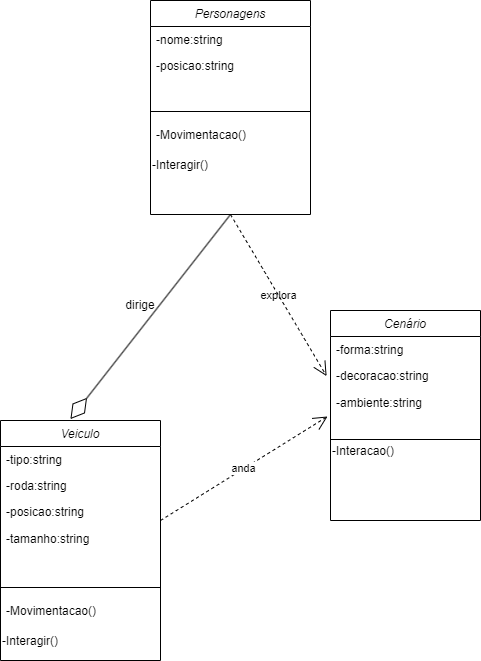
Earlier version of the draw.io export diagramas/diagrama musical.drawio.png (lucasnoelgb/2jdprojetomusica). Source tidied: cells renumbered, new cells last; positions are measured from the earlier drawing's top-left corner, leaving out a move shared by most shapes. The source it was exported from:
```xml
<mxGraphModel>
  <root>
    <mxCell id="0" />
    <mxCell id="1" parent="0" />
    <mxCell id="2" value="Personagens&#10;" style="swimlane;fontStyle=2;align=center;verticalAlign=top;horizontal=1;startSize=26;rounded=0;shadow=0;strokeWidth=1;labelBackgroundColor=none;" parent="1" vertex="1">
      <mxGeometry x="150" width="160" height="214" as="geometry" />
    </mxCell>
    <mxCell id="3" value="-nome:string&#10;" style="text;align=left;verticalAlign=top;spacingLeft=4;spacingRight=4;overflow=hidden;labelBackgroundColor=none;" parent="2" vertex="1">
      <mxGeometry y="26" width="160" height="26" as="geometry" />
    </mxCell>
    <mxCell id="4" value="-posicao:string" style="text;align=left;verticalAlign=top;spacingLeft=4;spacingRight=4;overflow=hidden;rounded=0;shadow=0;html=0;labelBackgroundColor=none;" parent="2" vertex="1">
      <mxGeometry y="52" width="160" height="26" as="geometry" />
    </mxCell>
    <mxCell id="5" style="line;html=1;strokeWidth=1;align=left;verticalAlign=middle;spacingTop=-1;spacingLeft=3;spacingRight=3;labelPosition=right;labelBackgroundColor=none;" parent="2" vertex="1">
      <mxGeometry y="78" width="160" height="66" as="geometry" />
    </mxCell>
    <mxCell id="6" value="-Movimentacao()" style="text;align=left;verticalAlign=bottom;spacingLeft=4;spacingRight=4;overflow=hidden;labelPosition=center;verticalLabelPosition=top;labelBackgroundColor=none;" parent="2" vertex="1">
      <mxGeometry y="144" width="160" height="30" as="geometry" />
    </mxCell>
    <mxCell id="7" value="-Interagir()" style="text;html=1;strokeColor=none;fillColor=none;align=left;verticalAlign=bottom;whiteSpace=wrap;rounded=0;labelPosition=center;verticalLabelPosition=top;labelBackgroundColor=none;" parent="2" vertex="1">
      <mxGeometry y="174" width="160" height="30" as="geometry" />
    </mxCell>
    <mxCell id="8" value="Cenário" style="swimlane;fontStyle=2;align=center;verticalAlign=top;horizontal=1;startSize=26;rounded=0;shadow=0;strokeWidth=1;labelBackgroundColor=none;" parent="1" vertex="1">
      <mxGeometry x="330" y="310" width="150" height="210" as="geometry" />
    </mxCell>
    <mxCell id="9" value="-forma:string" style="text;align=left;verticalAlign=top;spacingLeft=4;spacingRight=4;overflow=hidden;labelBackgroundColor=none;" parent="8" vertex="1">
      <mxGeometry y="26" width="150" height="26" as="geometry" />
    </mxCell>
    <mxCell id="10" value="-decoracao:string " style="text;align=left;verticalAlign=top;spacingLeft=4;spacingRight=4;overflow=hidden;points=[[0,0.5],[1,0.5]];portConstraint=eastwest;rounded=0;shadow=0;html=0;labelBackgroundColor=none;" parent="8" vertex="1">
      <mxGeometry y="52" width="150" height="26" as="geometry" />
    </mxCell>
    <mxCell id="11" value="-ambiente:string" style="text;html=1;align=left;verticalAlign=middle;points=[];strokeColor=none;fillColor=none;spacingLeft=4;labelBackgroundColor=none;" parent="8" vertex="1">
      <mxGeometry y="78" width="150" height="30" as="geometry" />
    </mxCell>
    <mxCell id="12" style="edgeStyle=orthogonalEdgeStyle;rounded=0;orthogonalLoop=1;jettySize=auto;html=1;exitX=0.5;exitY=1;exitDx=0;exitDy=0;labelBackgroundColor=none;fontColor=default;" parent="8" edge="1" source="14" target="14">
      <mxGeometry relative="1" as="geometry" />
    </mxCell>
    <mxCell id="13" style="line;html=1;strokeWidth=1;align=left;verticalAlign=middle;spacingTop=-1;spacingLeft=3;spacingRight=3;labelPosition=right;labelBackgroundColor=none;" parent="8" vertex="1">
      <mxGeometry y="108" width="150" height="42" as="geometry" />
    </mxCell>
    <mxCell id="14" value="-Interacao()" style="text;html=1;strokeColor=none;fillColor=none;align=left;verticalAlign=bottom;whiteSpace=wrap;rounded=0;horizontal=1;labelPosition=center;verticalLabelPosition=top;labelBackgroundColor=none;" parent="8" vertex="1">
      <mxGeometry y="150" width="150" height="30" as="geometry" />
    </mxCell>
    <mxCell id="15" value="Veiculo" style="swimlane;fontStyle=2;align=center;verticalAlign=top;horizontal=1;startSize=26;rounded=0;shadow=0;strokeWidth=1;labelBackgroundColor=none;" parent="1" vertex="1">
      <mxGeometry y="420" width="160" height="240" as="geometry" />
    </mxCell>
    <mxCell id="16" value="-tipo:string" style="text;align=left;verticalAlign=top;spacingLeft=4;spacingRight=4;overflow=hidden;labelBackgroundColor=none;" parent="15" vertex="1">
      <mxGeometry y="26" width="160" height="26" as="geometry" />
    </mxCell>
    <mxCell id="17" value="-roda:string" style="text;align=left;verticalAlign=top;spacingLeft=4;spacingRight=4;overflow=hidden;rounded=0;shadow=0;html=0;labelBackgroundColor=none;" parent="15" vertex="1">
      <mxGeometry y="52" width="160" height="26" as="geometry" />
    </mxCell>
    <mxCell id="18" value="-posicao:string" style="text;align=left;verticalAlign=top;spacingLeft=4;spacingRight=4;overflow=hidden;rounded=0;shadow=0;html=0;labelBackgroundColor=none;" parent="15" vertex="1">
      <mxGeometry y="78" width="160" height="26" as="geometry" />
    </mxCell>
    <mxCell id="19" value="-tamanho:string" style="text;html=1;align=left;verticalAlign=middle;strokeColor=none;fillColor=none;spacingLeft=4;labelBackgroundColor=none;" parent="15" vertex="1">
      <mxGeometry y="104" width="160" height="30" as="geometry" />
    </mxCell>
    <mxCell id="20" style="line;html=1;strokeWidth=1;align=left;verticalAlign=middle;spacingTop=-1;spacingLeft=3;spacingRight=3;labelPosition=right;labelBackgroundColor=none;" parent="15" vertex="1">
      <mxGeometry y="134" width="160" height="66" as="geometry" />
    </mxCell>
    <mxCell id="21" value="-Movimentacao()" style="text;align=left;verticalAlign=bottom;spacingLeft=4;spacingRight=4;overflow=hidden;labelPosition=center;verticalLabelPosition=top;labelBackgroundColor=none;" parent="15" vertex="1">
      <mxGeometry y="200" width="160" height="30" as="geometry" />
    </mxCell>
    <mxCell id="22" value="-Interagir()" style="text;html=1;strokeColor=none;fillColor=none;align=left;verticalAlign=bottom;whiteSpace=wrap;rounded=0;labelPosition=center;verticalLabelPosition=top;labelBackgroundColor=none;" parent="15" vertex="1">
      <mxGeometry y="230" width="160" height="10" as="geometry" />
    </mxCell>
    <mxCell id="23" value="dirige" style="text;html=1;strokeColor=none;fillColor=none;align=center;verticalAlign=middle;whiteSpace=wrap;rounded=0;labelBackgroundColor=none;" parent="1" vertex="1">
      <mxGeometry x="110" y="290" width="60" height="30" as="geometry" />
    </mxCell>
    <mxCell id="24" value="explora" style="endArrow=open;endSize=12;dashed=1;html=1;rounded=0;entryX=-0.026;entryY=0.524;entryDx=0;entryDy=0;entryPerimeter=0;labelBackgroundColor=none;fontColor=default;exitX=0.5;exitY=1;exitDx=0;exitDy=0;" parent="1" edge="1" source="2" target="10">
      <mxGeometry relative="1" as="geometry" />
    </mxCell>
    <mxCell id="25" style="endArrow=diamondThin;endFill=0;endSize=24;html=1;rounded=0;entryX=0.437;entryY=-0.006;entryDx=0;entryDy=0;entryPerimeter=0;exitX=0.5;exitY=1;exitDx=0;exitDy=0;labelBackgroundColor=none;fontColor=default;" parent="1" edge="1" source="2" target="15">
      <mxGeometry relative="1" as="geometry" />
    </mxCell>
    <mxCell id="26" value="anda&lt;br&gt;" style="endArrow=open;endSize=12;dashed=1;html=1;rounded=0;entryX=-0.02;entryY=0.933;entryDx=0;entryDy=0;entryPerimeter=0;" parent="1" edge="1" target="11">
      <mxGeometry relative="1" as="geometry">
        <mxPoint x="160" y="520" as="sourcePoint" />
      </mxGeometry>
    </mxCell>
  </root>
</mxGraphModel>
```
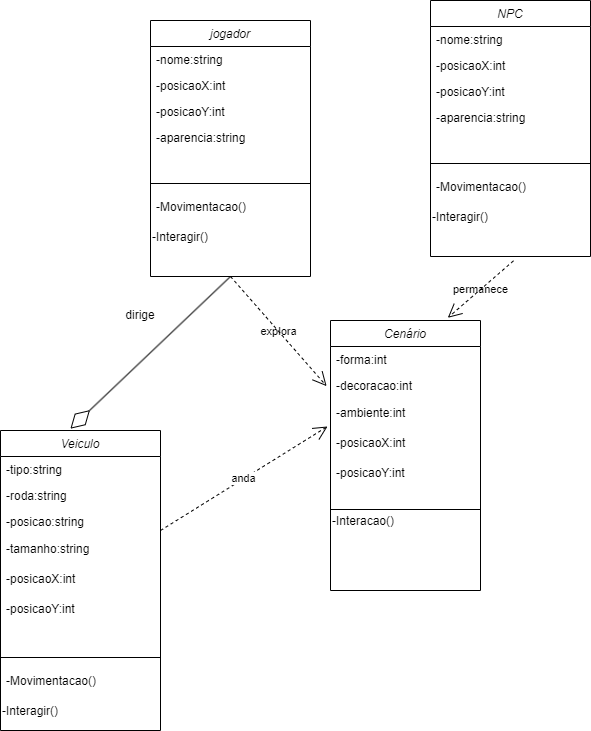
The same file after the commit.

Commit message:
corrigindo erros

Change to the diagram source:
```diff
@@ -2,47 +2,59 @@
   <root>
     <mxCell id="0" />
     <mxCell id="1" parent="0" />
-    <mxCell id="2" value="Personagens&#10;" style="swimlane;fontStyle=2;align=center;verticalAlign=top;horizontal=1;startSize=26;rounded=0;shadow=0;strokeWidth=1;labelBackgroundColor=none;" parent="1" vertex="1">
-      <mxGeometry x="150" width="160" height="214" as="geometry" />
+    <mxCell id="2" value="jogador&#10;" style="swimlane;fontStyle=2;align=center;verticalAlign=top;horizontal=1;startSize=26;rounded=0;shadow=0;strokeWidth=1;labelBackgroundColor=none;" parent="1" vertex="1">
+      <mxGeometry x="150" y="10" width="160" height="256" as="geometry" />
     </mxCell>
     <mxCell id="3" value="-nome:string&#10;" style="text;align=left;verticalAlign=top;spacingLeft=4;spacingRight=4;overflow=hidden;labelBackgroundColor=none;" parent="2" vertex="1">
       <mxGeometry y="26" width="160" height="26" as="geometry" />
     </mxCell>
-    <mxCell id="4" value="-posicao:string" style="text;align=left;verticalAlign=top;spacingLeft=4;spacingRight=4;overflow=hidden;rounded=0;shadow=0;html=0;labelBackgroundColor=none;" parent="2" vertex="1">
+    <mxCell id="4" value="-posicaoX:int&#10;" style="text;align=left;verticalAlign=top;spacingLeft=4;spacingRight=4;overflow=hidden;rounded=0;shadow=0;html=0;labelBackgroundColor=none;" parent="2" vertex="1">
       <mxGeometry y="52" width="160" height="26" as="geometry" />
     </mxCell>
+    <mxCell id="27" value="-posicaoY:int&#10;" style="text;align=left;verticalAlign=top;spacingLeft=4;spacingRight=4;overflow=hidden;rounded=0;shadow=0;html=0;labelBackgroundColor=none;" parent="2" vertex="1">
+      <mxGeometry y="78" width="160" height="26" as="geometry" />
+    </mxCell>
+    <mxCell id="28" value="-aparencia:string&#10;" style="text;align=left;verticalAlign=top;spacingLeft=4;spacingRight=4;overflow=hidden;rounded=0;shadow=0;html=0;labelBackgroundColor=none;" parent="2" vertex="1">
+      <mxGeometry y="104" width="160" height="26" as="geometry" />
+    </mxCell>
     <mxCell id="5" style="line;html=1;strokeWidth=1;align=left;verticalAlign=middle;spacingTop=-1;spacingLeft=3;spacingRight=3;labelPosition=right;labelBackgroundColor=none;" parent="2" vertex="1">
-      <mxGeometry y="78" width="160" height="66" as="geometry" />
+      <mxGeometry y="130" width="160" height="66" as="geometry" />
     </mxCell>
     <mxCell id="6" value="-Movimentacao()" style="text;align=left;verticalAlign=bottom;spacingLeft=4;spacingRight=4;overflow=hidden;labelPosition=center;verticalLabelPosition=top;labelBackgroundColor=none;" parent="2" vertex="1">
-      <mxGeometry y="144" width="160" height="30" as="geometry" />
+      <mxGeometry y="196" width="160" height="30" as="geometry" />
     </mxCell>
     <mxCell id="7" value="-Interagir()" style="text;html=1;strokeColor=none;fillColor=none;align=left;verticalAlign=bottom;whiteSpace=wrap;rounded=0;labelPosition=center;verticalLabelPosition=top;labelBackgroundColor=none;" parent="2" vertex="1">
-      <mxGeometry y="174" width="160" height="30" as="geometry" />
+      <mxGeometry y="226" width="160" height="30" as="geometry" />
     </mxCell>
     <mxCell id="8" value="Cenário" style="swimlane;fontStyle=2;align=center;verticalAlign=top;horizontal=1;startSize=26;rounded=0;shadow=0;strokeWidth=1;labelBackgroundColor=none;" parent="1" vertex="1">
-      <mxGeometry x="330" y="310" width="150" height="210" as="geometry" />
+      <mxGeometry x="330" y="310" width="150" height="270" as="geometry" />
     </mxCell>
-    <mxCell id="9" value="-forma:string" style="text;align=left;verticalAlign=top;spacingLeft=4;spacingRight=4;overflow=hidden;labelBackgroundColor=none;" parent="8" vertex="1">
+    <mxCell id="9" value="-forma:int" style="text;align=left;verticalAlign=top;spacingLeft=4;spacingRight=4;overflow=hidden;labelBackgroundColor=none;" parent="8" vertex="1">
       <mxGeometry y="26" width="150" height="26" as="geometry" />
     </mxCell>
-    <mxCell id="10" value="-decoracao:string " style="text;align=left;verticalAlign=top;spacingLeft=4;spacingRight=4;overflow=hidden;points=[[0,0.5],[1,0.5]];portConstraint=eastwest;rounded=0;shadow=0;html=0;labelBackgroundColor=none;" parent="8" vertex="1">
+    <mxCell id="10" value="-decoracao:int " style="text;align=left;verticalAlign=top;spacingLeft=4;spacingRight=4;overflow=hidden;points=[[0,0.5],[1,0.5]];portConstraint=eastwest;rounded=0;shadow=0;html=0;labelBackgroundColor=none;" parent="8" vertex="1">
       <mxGeometry y="52" width="150" height="26" as="geometry" />
     </mxCell>
-    <mxCell id="11" value="-ambiente:string" style="text;html=1;align=left;verticalAlign=middle;points=[];strokeColor=none;fillColor=none;spacingLeft=4;labelBackgroundColor=none;" parent="8" vertex="1">
+    <mxCell id="11" value="-ambiente:int" style="text;html=1;align=left;verticalAlign=middle;points=[];strokeColor=none;fillColor=none;spacingLeft=4;labelBackgroundColor=none;" parent="8" vertex="1">
       <mxGeometry y="78" width="150" height="30" as="geometry" />
     </mxCell>
     <mxCell id="12" style="edgeStyle=orthogonalEdgeStyle;rounded=0;orthogonalLoop=1;jettySize=auto;html=1;exitX=0.5;exitY=1;exitDx=0;exitDy=0;labelBackgroundColor=none;fontColor=default;" parent="8" edge="1" source="14" target="14">
       <mxGeometry relative="1" as="geometry" />
     </mxCell>
+    <mxCell id="29" value="-posicaoX:int" style="text;html=1;align=left;verticalAlign=middle;strokeColor=none;fillColor=none;spacingLeft=4;labelBackgroundColor=none;" parent="8" vertex="1">
+      <mxGeometry y="108" width="150" height="30" as="geometry" />
+    </mxCell>
+    <mxCell id="30" value="-posicaoY:int" style="text;html=1;align=left;verticalAlign=middle;strokeColor=none;fillColor=none;spacingLeft=4;labelBackgroundColor=none;" parent="8" vertex="1">
+      <mxGeometry y="138" width="150" height="30" as="geometry" />
+    </mxCell>
     <mxCell id="13" style="line;html=1;strokeWidth=1;align=left;verticalAlign=middle;spacingTop=-1;spacingLeft=3;spacingRight=3;labelPosition=right;labelBackgroundColor=none;" parent="8" vertex="1">
-      <mxGeometry y="108" width="150" height="42" as="geometry" />
+      <mxGeometry y="168" width="150" height="42" as="geometry" />
     </mxCell>
     <mxCell id="14" value="-Interacao()" style="text;html=1;strokeColor=none;fillColor=none;align=left;verticalAlign=bottom;whiteSpace=wrap;rounded=0;horizontal=1;labelPosition=center;verticalLabelPosition=top;labelBackgroundColor=none;" parent="8" vertex="1">
-      <mxGeometry y="150" width="150" height="30" as="geometry" />
+      <mxGeometry y="210" width="150" height="30" as="geometry" />
     </mxCell>
     <mxCell id="15" value="Veiculo" style="swimlane;fontStyle=2;align=center;verticalAlign=top;horizontal=1;startSize=26;rounded=0;shadow=0;strokeWidth=1;labelBackgroundColor=none;" parent="1" vertex="1">
-      <mxGeometry y="420" width="160" height="240" as="geometry" />
+      <mxGeometry y="420" width="160" height="300" as="geometry" />
     </mxCell>
     <mxCell id="16" value="-tipo:string" style="text;align=left;verticalAlign=top;spacingLeft=4;spacingRight=4;overflow=hidden;labelBackgroundColor=none;" parent="15" vertex="1">
       <mxGeometry y="26" width="160" height="26" as="geometry" />
@@ -56,14 +68,20 @@
     <mxCell id="19" value="-tamanho:string" style="text;html=1;align=left;verticalAlign=middle;strokeColor=none;fillColor=none;spacingLeft=4;labelBackgroundColor=none;" parent="15" vertex="1">
       <mxGeometry y="104" width="160" height="30" as="geometry" />
     </mxCell>
+    <mxCell id="31" value="-posicaoX:int" style="text;html=1;align=left;verticalAlign=middle;strokeColor=none;fillColor=none;spacingLeft=4;labelBackgroundColor=none;" parent="15" vertex="1">
+      <mxGeometry y="134" width="160" height="30" as="geometry" />
+    </mxCell>
+    <mxCell id="32" value="-posicaoY:int" style="text;html=1;align=left;verticalAlign=middle;strokeColor=none;fillColor=none;spacingLeft=4;labelBackgroundColor=none;" parent="15" vertex="1">
+      <mxGeometry y="164" width="160" height="30" as="geometry" />
+    </mxCell>
     <mxCell id="20" style="line;html=1;strokeWidth=1;align=left;verticalAlign=middle;spacingTop=-1;spacingLeft=3;spacingRight=3;labelPosition=right;labelBackgroundColor=none;" parent="15" vertex="1">
-      <mxGeometry y="134" width="160" height="66" as="geometry" />
+      <mxGeometry y="194" width="160" height="66" as="geometry" />
     </mxCell>
     <mxCell id="21" value="-Movimentacao()" style="text;align=left;verticalAlign=bottom;spacingLeft=4;spacingRight=4;overflow=hidden;labelPosition=center;verticalLabelPosition=top;labelBackgroundColor=none;" parent="15" vertex="1">
-      <mxGeometry y="200" width="160" height="30" as="geometry" />
+      <mxGeometry y="260" width="160" height="30" as="geometry" />
     </mxCell>
     <mxCell id="22" value="-Interagir()" style="text;html=1;strokeColor=none;fillColor=none;align=left;verticalAlign=bottom;whiteSpace=wrap;rounded=0;labelPosition=center;verticalLabelPosition=top;labelBackgroundColor=none;" parent="15" vertex="1">
-      <mxGeometry y="230" width="160" height="10" as="geometry" />
+      <mxGeometry y="290" width="160" height="10" as="geometry" />
     </mxCell>
     <mxCell id="23" value="dirige" style="text;html=1;strokeColor=none;fillColor=none;align=center;verticalAlign=middle;whiteSpace=wrap;rounded=0;labelBackgroundColor=none;" parent="1" vertex="1">
       <mxGeometry x="110" y="290" width="60" height="30" as="geometry" />
@@ -79,5 +97,32 @@
         <mxPoint x="160" y="520" as="sourcePoint" />
       </mxGeometry>
     </mxCell>
+    <mxCell id="33" value="NPC" style="swimlane;fontStyle=2;align=center;verticalAlign=top;horizontal=1;startSize=26;rounded=0;shadow=0;strokeWidth=1;labelBackgroundColor=none;" parent="1" vertex="1">
+      <mxGeometry x="430" y="-10" width="160" height="256" as="geometry" />
+    </mxCell>
+    <mxCell id="34" value="-nome:string&#10;" style="text;align=left;verticalAlign=top;spacingLeft=4;spacingRight=4;overflow=hidden;labelBackgroundColor=none;" parent="33" vertex="1">
+      <mxGeometry y="26" width="160" height="26" as="geometry" />
+    </mxCell>
+    <mxCell id="35" value="-posicaoX:int&#10;" style="text;align=left;verticalAlign=top;spacingLeft=4;spacingRight=4;overflow=hidden;rounded=0;shadow=0;html=0;labelBackgroundColor=none;" parent="33" vertex="1">
+      <mxGeometry y="52" width="160" height="26" as="geometry" />
+    </mxCell>
+    <mxCell id="36" value="-posicaoY:int&#10;" style="text;align=left;verticalAlign=top;spacingLeft=4;spacingRight=4;overflow=hidden;rounded=0;shadow=0;html=0;labelBackgroundColor=none;" parent="33" vertex="1">
+      <mxGeometry y="78" width="160" height="26" as="geometry" />
+    </mxCell>
+    <mxCell id="37" value="-aparencia:string&#10;" style="text;align=left;verticalAlign=top;spacingLeft=4;spacingRight=4;overflow=hidden;rounded=0;shadow=0;html=0;labelBackgroundColor=none;" parent="33" vertex="1">
+      <mxGeometry y="104" width="160" height="26" as="geometry" />
+    </mxCell>
+    <mxCell id="38" style="line;html=1;strokeWidth=1;align=left;verticalAlign=middle;spacingTop=-1;spacingLeft=3;spacingRight=3;labelPosition=right;labelBackgroundColor=none;" parent="33" vertex="1">
+      <mxGeometry y="130" width="160" height="66" as="geometry" />
+    </mxCell>
+    <mxCell id="39" value="-Movimentacao()" style="text;align=left;verticalAlign=bottom;spacingLeft=4;spacingRight=4;overflow=hidden;labelPosition=center;verticalLabelPosition=top;labelBackgroundColor=none;" parent="33" vertex="1">
+      <mxGeometry y="196" width="160" height="30" as="geometry" />
+    </mxCell>
+    <mxCell id="40" value="-Interagir()" style="text;html=1;strokeColor=none;fillColor=none;align=left;verticalAlign=bottom;whiteSpace=wrap;rounded=0;labelPosition=center;verticalLabelPosition=top;labelBackgroundColor=none;" parent="33" vertex="1">
+      <mxGeometry y="226" width="160" height="30" as="geometry" />
+    </mxCell>
+    <mxCell id="41" value="permanece" style="endArrow=open;endSize=12;dashed=1;html=1;rounded=0;entryX=0.782;entryY=-0.01;entryDx=0;entryDy=0;entryPerimeter=0;labelBackgroundColor=none;fontColor=default;exitX=0.519;exitY=1.143;exitDx=0;exitDy=0;exitPerimeter=0;" parent="1" edge="1" source="40" target="8">
+      <mxGeometry relative="1" as="geometry" />
+    </mxCell>
   </root>
 </mxGraphModel>
```
